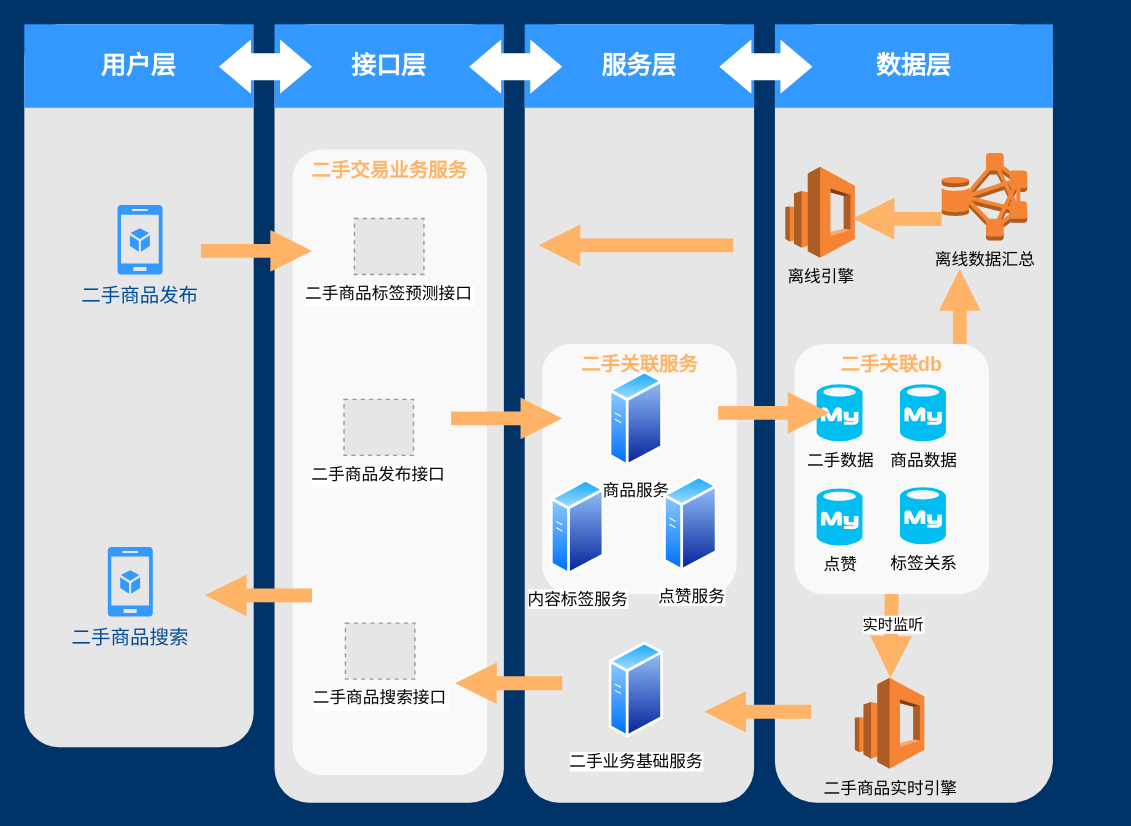
Above: recycleitemtag.drawio in killermyth/Documents (draw.io), before the change. Source tidied: cells renumbered, new cells numbered last; positions are measured from the earlier drawing's top-left corner, leaving out a move shared by most shapes. Both pictures are drawn from the tidied source at 139%, with x=0, y=0 at pixel (24, 24). Pictures stored in the file or linked from it are replaced by grey dashed boxes.
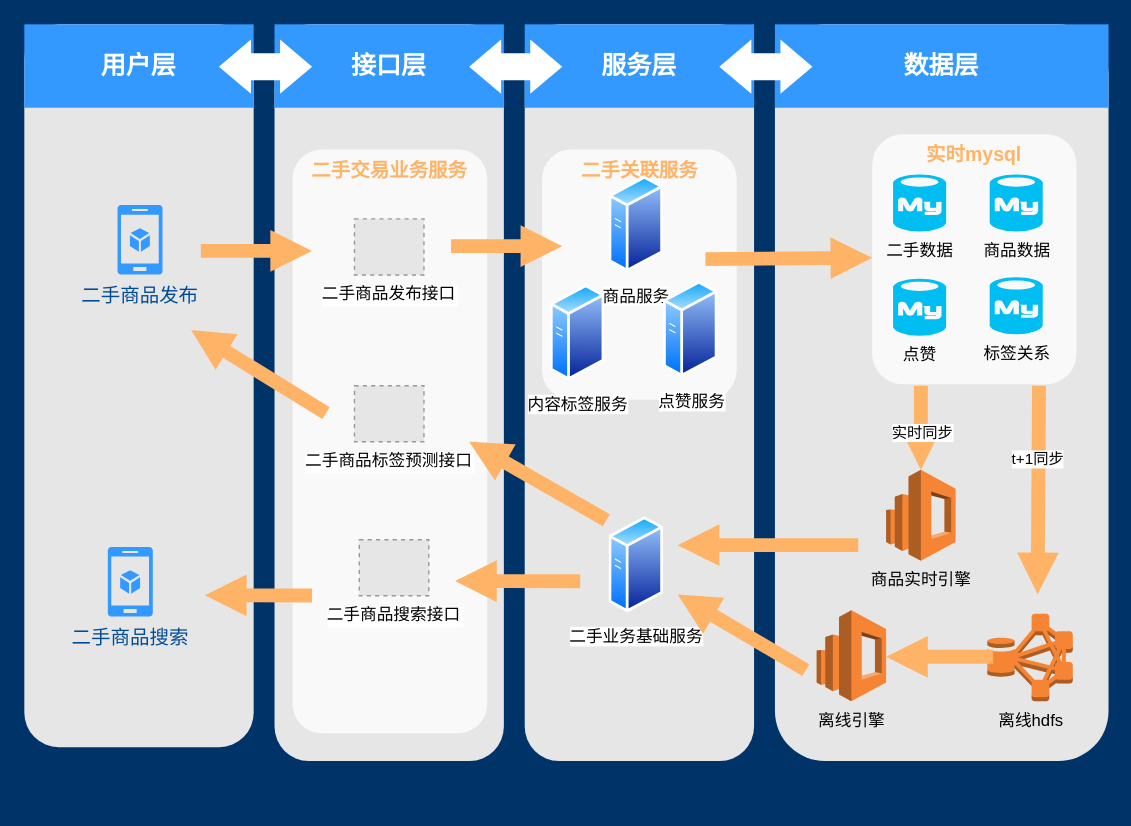
The same page after the edit.

The change refers to these unchanged cells:
```xml
<mxCell id="2" style="rounded=1;whiteSpace=wrap;html=1;dashed=1;strokeColor=none;strokeWidth=2;fillColor=#E6E6E6;fontFamily=Verdana;fontSize=12;fontColor=#00BEF2;" parent="1" vertex="1">
  <mxGeometry width="165" height="520" as="geometry" />
</mxCell>
```

What changed in the source:
```diff
@@
     <mxCell id="3" style="rounded=1;whiteSpace=wrap;html=1;dashed=1;strokeColor=none;strokeWidth=2;fillColor=#E6E6E6;fontFamily=Verdana;fontSize=12;fontColor=#00BEF2;" parent="1" vertex="1">
-      <mxGeometry x="180" width="165" height="560" as="geometry" />
+      <mxGeometry x="180" width="165" height="530" as="geometry" />
     </mxCell>
     <mxCell id="4" style="rounded=1;whiteSpace=wrap;html=1;dashed=1;strokeColor=none;strokeWidth=2;fillColor=#E6E6E6;fontFamily=Verdana;fontSize=12;fontColor=#00BEF2;" parent="1" vertex="1">
-      <mxGeometry x="360" width="165" height="560" as="geometry" />
+      <mxGeometry x="360" width="165" height="530" as="geometry" />
     </mxCell>
     <mxCell id="5" style="rounded=1;whiteSpace=wrap;html=1;dashed=1;strokeColor=none;strokeWidth=2;fillColor=#E6E6E6;fontFamily=Verdana;fontSize=12;fontColor=#00BEF2;" parent="1" vertex="1">
-      <mxGeometry x="540" width="200" height="560" as="geometry" />
+      <mxGeometry x="540" width="240" height="530" as="geometry" />
     </mxCell>
@@
     <mxCell id="9" value="数据层" style="whiteSpace=wrap;html=1;dashed=1;strokeColor=none;strokeWidth=2;fillColor=#3399FF;fontFamily=Helvetica;fontSize=18;fontColor=#FFFFFF;fontStyle=1;" parent="1" vertex="1">
-      <mxGeometry x="540" width="200" height="60" as="geometry" />
+      <mxGeometry x="540" width="240" height="60" as="geometry" />
     </mxCell>
@@
-    <mxCell id="14" value="二手关联db" style="rounded=1;whiteSpace=wrap;html=1;dashed=1;strokeColor=none;strokeWidth=2;fillColor=#FFFFFF;fontFamily=Helvetica;fontSize=14;fontColor=#FFB366;opacity=75;verticalAlign=top;fontStyle=1;" parent="1" vertex="1">
-      <mxGeometry x="554" y="230" width="140" height="180" as="geometry" />
-    </mxCell>
     <mxCell id="15" value="二手交易业务服务" style="rounded=1;whiteSpace=wrap;html=1;dashed=1;strokeColor=none;strokeWidth=2;fillColor=#FFFFFF;fontFamily=Helvetica;fontSize=14;fontColor=#FFB366;opacity=75;verticalAlign=top;fontStyle=1;" parent="1" vertex="1">
-      <mxGeometry x="193" y="90" width="140" height="450" as="geometry" />
+      <mxGeometry x="193" y="90" width="140" height="420" as="geometry" />
     </mxCell>
@@
     <mxCell id="18" value="二手商品发布接口" style="fillColor=#E6E6E6;strokeColor=#999999;dashed=1;verticalLabelPosition=bottom;labelBackgroundColor=#ffffff;verticalAlign=top;" parent="1" vertex="1">
-      <mxGeometry x="230" y="269.8" width="50" height="40.3" as="geometry" />
+      <mxGeometry x="237.5" y="140" width="50" height="40.3" as="geometry" />
     </mxCell>
     <mxCell id="19" value="二手商品搜索接口" style="fillColor=#E6E6E6;strokeColor=#999999;dashed=1;verticalLabelPosition=bottom;labelBackgroundColor=#ffffff;verticalAlign=top;" parent="1" vertex="1">
-      <mxGeometry x="231" y="430.8" width="50" height="40.3" as="geometry" />
+      <mxGeometry x="241" y="370.8" width="50" height="40.3" as="geometry" />
     </mxCell>
+    <mxCell id="24" value="商品实时引擎" style="outlineConnect=0;dashed=0;verticalLabelPosition=bottom;verticalAlign=top;align=center;html=1;shape=mxgraph.aws3.elasticsearch_service;fillColor=#F58534;gradientColor=none;" parent="1" vertex="1">
+      <mxGeometry x="620" y="320.5" width="50" height="65.5" as="geometry" />
+    </mxCell>
+    <mxCell id="27" value="二手业务基础服务" style="perimeter=ellipsePerimeter;html=1;align=center;shadow=0;dashed=0;spacingTop=3;image;image=img/lib/active_directory/generic_server.svg;" parent="1" vertex="1">
+      <mxGeometry x="420.8" y="354" width="39.2" height="70" as="geometry" />
+    </mxCell>
+    <mxCell id="28" style="arrow;html=1;endArrow=block;endFill=1;strokeColor=none;strokeWidth=4;fontFamily=Helvetica;fontSize=36;fontColor=#FFB366;fillColor=#FFB366;" parent="1" edge="1">
+      <mxGeometry relative="1" as="geometry">
+        <mxPoint x="207" y="410.9" as="sourcePoint" />
+        <mxPoint x="129.9" y="410.8" as="targetPoint" />
+      </mxGeometry>
+    </mxCell>
+    <mxCell id="29" style="arrow;html=1;endArrow=block;endFill=1;strokeColor=none;strokeWidth=4;fontFamily=Helvetica;fontSize=36;fontColor=#FFB366;fillColor=#FFB366;entryX=0.667;entryY=0.774;entryDx=0;entryDy=0;entryPerimeter=0;" parent="1" edge="1" target="4">
+      <mxGeometry relative="1" as="geometry">
+        <mxPoint x="562.2" y="464.6" as="sourcePoint" />
+      </mxGeometry>
+    </mxCell>
+    <mxCell id="30" value="离线hdfs" style="dashed=0;verticalLabelPosition=bottom;verticalAlign=top;align=center;html=1;shape=mxgraph.aws3.hdfs_cluster;fillColor=#F58534;gradientColor=none;" parent="1" vertex="1">
+      <mxGeometry x="692.8" y="424" width="61.5" height="63" as="geometry" />
+    </mxCell>
+    <mxCell id="38" value="二手商品标签预测接口" style="fillColor=#E6E6E6;strokeColor=#999999;dashed=1;verticalLabelPosition=bottom;labelBackgroundColor=#ffffff;verticalAlign=top;" parent="1" vertex="1">
+      <mxGeometry x="237.5" y="260" width="50" height="40.3" as="geometry" />
+    </mxCell>
+    <mxCell id="39" style="arrow;html=1;endArrow=block;endFill=1;strokeColor=none;strokeWidth=4;fontFamily=Helvetica;fontSize=36;fontColor=#FFB366;fillColor=#FFB366;exitX=0.242;exitY=0.756;exitDx=0;exitDy=0;exitPerimeter=0;" parent="1" edge="1" source="4">
+      <mxGeometry relative="1" as="geometry">
+        <mxPoint x="309.9" y="400.5" as="targetPoint" />
+      </mxGeometry>
+    </mxCell>
+    <mxCell id="41" value="离线引擎" style="dashed=0;verticalLabelPosition=bottom;verticalAlign=top;align=center;html=1;shape=mxgraph.aws3.elasticsearch_service;fillColor=#F58534;gradientColor=none;" parent="1" vertex="1">
+      <mxGeometry x="570" y="421.5" width="50" height="65.5" as="geometry" />
+    </mxCell>
+    <mxCell id="43" style="group;" parent="1" vertex="1">
+      <mxGeometry x="610" y="79" width="147" height="180" as="geometry" />
+    </mxCell>
+    <mxCell id="14" value="实时mysql" style="rounded=1;whiteSpace=wrap;html=1;dashed=1;strokeColor=none;strokeWidth=2;fillColor=#FFFFFF;fontFamily=Helvetica;fontSize=14;fontColor=#FFB366;opacity=75;verticalAlign=top;fontStyle=1;" parent="43" vertex="1">
+      <mxGeometry width="147" height="180" as="geometry" />
+    </mxCell>
-    <mxCell id="20" value="二手数据" style="verticalLabelPosition=bottom;html=1;verticalAlign=top;align=center;strokeColor=none;fillColor=#00BEF2;shape=mxgraph.azure.mysql_database;" parent="1" vertex="1">
-      <mxGeometry x="570" y="259" width="33" height="41" as="geometry" />
+    <mxCell id="20" value="二手数据" style="verticalLabelPosition=bottom;html=1;verticalAlign=top;align=center;strokeColor=none;fillColor=#00BEF2;shape=mxgraph.azure.mysql_database;" parent="43" vertex="1">
+      <mxGeometry x="15" y="29" width="38.2" height="41" as="geometry" />
     </mxCell>
-    <mxCell id="21" value="商品数据" style="verticalLabelPosition=bottom;html=1;verticalAlign=top;align=center;strokeColor=none;fillColor=#00BEF2;shape=mxgraph.azure.mysql_database;" parent="1" vertex="1">
-      <mxGeometry x="630" y="259" width="33" height="41" as="geometry" />
+    <mxCell id="21" value="商品数据" style="verticalLabelPosition=bottom;html=1;verticalAlign=top;align=center;strokeColor=none;fillColor=#00BEF2;shape=mxgraph.azure.mysql_database;" parent="43" vertex="1">
+      <mxGeometry x="84.5" y="29" width="38.2" height="41" as="geometry" />
     </mxCell>
-    <mxCell id="22" value="标签关系" style="verticalLabelPosition=bottom;html=1;verticalAlign=top;align=center;strokeColor=none;fillColor=#00BEF2;shape=mxgraph.azure.mysql_database;" parent="1" vertex="1">
-      <mxGeometry x="630" y="333" width="33" height="41" as="geometry" />
+    <mxCell id="22" value="标签关系" style="verticalLabelPosition=bottom;html=1;verticalAlign=top;align=center;strokeColor=none;fillColor=#00BEF2;shape=mxgraph.azure.mysql_database;" parent="43" vertex="1">
+      <mxGeometry x="84.5" y="103" width="38.2" height="41" as="geometry" />
     </mxCell>
-    <mxCell id="23" value="点赞" style="verticalLabelPosition=bottom;html=1;verticalAlign=top;align=center;strokeColor=none;fillColor=#00BEF2;shape=mxgraph.azure.mysql_database;" parent="1" vertex="1">
-      <mxGeometry x="570" y="334" width="33" height="41" as="geometry" />
+    <mxCell id="23" value="点赞" style="verticalLabelPosition=bottom;html=1;verticalAlign=top;align=center;strokeColor=none;fillColor=#00BEF2;shape=mxgraph.azure.mysql_database;" parent="43" vertex="1">
+      <mxGeometry x="15" y="104" width="38.2" height="41" as="geometry" />
     </mxCell>
-    <mxCell id="24" value="二手商品实时引擎" style="outlineConnect=0;dashed=0;verticalLabelPosition=bottom;verticalAlign=top;align=center;html=1;shape=mxgraph.aws3.elasticsearch_service;fillColor=#F58534;gradientColor=none;" parent="1" vertex="1">
-      <mxGeometry x="597.5" y="470" width="50" height="65.5" as="geometry" />
-    </mxCell>
-    <mxCell id="25" style="arrow;html=1;endArrow=block;endFill=1;strokeColor=none;strokeWidth=4;fontFamily=Helvetica;fontSize=36;fontColor=#FFB366;fillColor=#FFB366;exitX=0.5;exitY=1;exitDx=0;exitDy=0;" parent="1" edge="1" source="14" target="24">
-      <mxGeometry relative="1" as="geometry" />
-    </mxCell>
-    <mxCell id="26" value="实时监听" style="edgeLabel;html=1;align=center;verticalAlign=middle;" parent="25" vertex="1">
-      <mxGeometry x="-0.3" y="1" relative="1" as="geometry" />
-    </mxCell>
-    <mxCell id="27" value="二手业务基础服务" style="perimeter=ellipsePerimeter;html=1;align=center;shadow=0;dashed=0;spacingTop=3;image;image=img/lib/active_directory/generic_server.svg;" parent="1" vertex="1">
-      <mxGeometry x="420.8" y="444" width="39.2" height="70" as="geometry" />
-    </mxCell>
-    <mxCell id="28" style="arrow;html=1;endArrow=block;endFill=1;strokeColor=none;strokeWidth=4;fontFamily=Helvetica;fontSize=36;fontColor=#FFB366;fillColor=#FFB366;" parent="1" edge="1">
-      <mxGeometry relative="1" as="geometry">
-        <mxPoint x="207" y="410.9" as="sourcePoint" />
-        <mxPoint x="129.9" y="410.8" as="targetPoint" />
-      </mxGeometry>
-    </mxCell>
-    <mxCell id="29" style="arrow;html=1;endArrow=block;endFill=1;strokeColor=none;strokeWidth=4;fontFamily=Helvetica;fontSize=36;fontColor=#FFB366;fillColor=#FFB366;" parent="1" edge="1">
-      <mxGeometry relative="1" as="geometry">
-        <mxPoint x="566.2" y="494.6" as="sourcePoint" />
-        <mxPoint x="489.2" y="494.5" as="targetPoint" />
-      </mxGeometry>
-    </mxCell>
-    <mxCell id="30" value="离线数据汇总" style="dashed=0;verticalLabelPosition=bottom;verticalAlign=top;align=center;html=1;shape=mxgraph.aws3.hdfs_cluster;fillColor=#F58534;gradientColor=none;" parent="1" vertex="1">
-      <mxGeometry x="660" y="92.5" width="61.5" height="63" as="geometry" />
-    </mxCell>
-    <mxCell id="31" style="arrow;html=1;endArrow=block;endFill=1;strokeColor=none;strokeWidth=4;fontFamily=Helvetica;fontSize=36;fontColor=#FFB366;fillColor=#FFB366;" parent="1" edge="1">
-      <mxGeometry relative="1" as="geometry">
-        <mxPoint x="673" y="230" as="sourcePoint" />
-        <mxPoint x="673" y="176" as="targetPoint" />
-      </mxGeometry>
-    </mxCell>
+    <mxCell id="44" style="group;" parent="1" vertex="1">
+      <mxGeometry x="372.5" y="90" width="140" height="180" as="geometry" />
+    </mxCell>
-    <mxCell id="32" value="二手关联服务" style="rounded=1;whiteSpace=wrap;html=1;dashed=1;strokeColor=none;strokeWidth=2;fillColor=#FFFFFF;fontFamily=Helvetica;fontSize=14;fontColor=#FFB366;opacity=75;verticalAlign=top;fontStyle=1;" parent="1" vertex="1">
-      <mxGeometry x="372.5" y="230" width="140" height="180" as="geometry" />
+    <mxCell id="32" value="二手关联服务" style="rounded=1;whiteSpace=wrap;html=1;dashed=1;strokeColor=none;strokeWidth=2;fillColor=#FFFFFF;fontFamily=Helvetica;fontSize=14;fontColor=#FFB366;opacity=75;verticalAlign=top;fontStyle=1;" parent="44" vertex="1">
+      <mxGeometry width="140" height="180" as="geometry" />
     </mxCell>
-    <mxCell id="33" style="arrow;html=1;endArrow=block;endFill=1;strokeColor=none;strokeWidth=4;fontFamily=Helvetica;fontSize=36;fontColor=#FFB366;fillColor=#FFB366;" parent="1" edge="1">
-      <mxGeometry relative="1" as="geometry">
-        <mxPoint x="499.2" y="279.5" as="sourcePoint" />
-        <mxPoint x="579.2" y="279.5" as="targetPoint" />
-      </mxGeometry>
-    </mxCell>
-    <mxCell id="34" value="内容标签服务" style="perimeter=ellipsePerimeter;html=1;align=center;shadow=0;dashed=0;spacingTop=3;image;image=img/lib/active_directory/generic_server.svg;" parent="1" vertex="1">
-      <mxGeometry x="378.6" y="327" width="39.2" height="70" as="geometry" />
+    <mxCell id="34" value="内容标签服务" style="perimeter=ellipsePerimeter;html=1;align=center;shadow=0;dashed=0;spacingTop=3;image;image=img/lib/active_directory/generic_server.svg;" parent="44" vertex="1">
+      <mxGeometry x="6.1" y="97" width="39.2" height="70" as="geometry" />
     </mxCell>
-    <mxCell id="35" value="商品服务" style="perimeter=ellipsePerimeter;html=1;align=center;shadow=0;dashed=0;spacingTop=3;image;image=img/lib/active_directory/generic_server.svg;" parent="1" vertex="1">
-      <mxGeometry x="420.8" y="249" width="39.2" height="70" as="geometry" />
+    <mxCell id="35" value="商品服务" style="perimeter=ellipsePerimeter;html=1;align=center;shadow=0;dashed=0;spacingTop=3;image;image=img/lib/active_directory/generic_server.svg;" parent="44" vertex="1">
+      <mxGeometry x="48.3" y="19" width="39.2" height="70" as="geometry" />
     </mxCell>
-    <mxCell id="36" value="点赞服务" style="perimeter=ellipsePerimeter;html=1;align=center;shadow=0;dashed=0;spacingTop=3;image;image=img/lib/active_directory/generic_server.svg;" parent="1" vertex="1">
-      <mxGeometry x="460" y="324.5" width="39.2" height="70" as="geometry" />
+    <mxCell id="36" value="点赞服务" style="perimeter=ellipsePerimeter;html=1;align=center;shadow=0;dashed=0;spacingTop=3;image;image=img/lib/active_directory/generic_server.svg;" parent="44" vertex="1">
+      <mxGeometry x="87.5" y="94.5" width="39.2" height="70" as="geometry" />
     </mxCell>
-    <mxCell id="37" style="arrow;html=1;endArrow=block;endFill=1;strokeColor=none;strokeWidth=4;fontFamily=Helvetica;fontSize=36;fontColor=#FFB366;fillColor=#FFB366;opacity=100;" parent="1" edge="1">
-      <mxGeometry relative="1" as="geometry">
-        <mxPoint x="307" y="283.5" as="sourcePoint" />
-        <mxPoint x="387" y="283.5" as="targetPoint" />
-      </mxGeometry>
-    </mxCell>
-    <mxCell id="38" value="二手商品标签预测接口" style="fillColor=#E6E6E6;strokeColor=#999999;dashed=1;verticalLabelPosition=bottom;labelBackgroundColor=#ffffff;verticalAlign=top;" parent="1" vertex="1">
-      <mxGeometry x="237.5" y="139.7" width="50" height="40.3" as="geometry" />
-    </mxCell>
-    <mxCell id="39" style="arrow;html=1;endArrow=block;endFill=1;strokeColor=none;strokeWidth=4;fontFamily=Helvetica;fontSize=36;fontColor=#FFB366;fillColor=#FFB366;" parent="1" edge="1">
-      <mxGeometry relative="1" as="geometry">
-        <mxPoint x="387" y="474.1" as="sourcePoint" />
-        <mxPoint x="309.9" y="474" as="targetPoint" />
-      </mxGeometry>
-    </mxCell>
-    <mxCell id="40" style="arrow;html=1;endArrow=block;endFill=1;strokeColor=none;strokeWidth=4;fontFamily=Helvetica;fontSize=36;fontColor=#FFB366;fillColor=#FFB366;" parent="1" edge="1">
-      <mxGeometry relative="1" as="geometry">
-        <mxPoint x="510" y="159" as="sourcePoint" />
-        <mxPoint x="370" y="159" as="targetPoint" />
-      </mxGeometry>
-    </mxCell>
-    <mxCell id="41" value="离线引擎" style="dashed=0;verticalLabelPosition=bottom;verticalAlign=top;align=center;html=1;shape=mxgraph.aws3.elasticsearch_service;fillColor=#F58534;gradientColor=none;" parent="1" vertex="1">
-      <mxGeometry x="547.5" y="102.5" width="50" height="65.5" as="geometry" />
-    </mxCell>
-    <mxCell id="42" style="arrow;html=1;endArrow=block;endFill=1;strokeColor=none;strokeWidth=4;fontFamily=Helvetica;fontSize=36;fontColor=#FFB366;fillColor=#FFB366;" parent="1" edge="1">
-      <mxGeometry relative="1" as="geometry">
-        <mxPoint x="660" y="140" as="sourcePoint" />
-        <mxPoint x="595.9" y="139.7" as="targetPoint" />
-      </mxGeometry>
-    </mxCell>
+    <mxCell id="45" style="arrow;html=1;endArrow=block;endFill=1;strokeColor=none;strokeWidth=4;fontFamily=Helvetica;fontSize=36;fontColor=#FFB366;fillColor=#FFB366;" parent="1" edge="1">
+      <mxGeometry relative="1" as="geometry">
+        <mxPoint x="490" y="168.9" as="sourcePoint" />
+        <mxPoint x="610" y="168" as="targetPoint" />
+      </mxGeometry>
+    </mxCell>
+    <mxCell id="46" style="arrow;html=1;endArrow=block;endFill=1;strokeColor=none;strokeWidth=4;fontFamily=Helvetica;fontSize=36;fontColor=#FFB366;fillColor=#FFB366;" parent="1" edge="1">
+      <mxGeometry relative="1" as="geometry">
+        <mxPoint x="730" y="260" as="sourcePoint" />
+        <mxPoint x="729" y="410" as="targetPoint" />
+      </mxGeometry>
+    </mxCell>
+    <mxCell id="47" value="t+1同步" style="edgeLabel;html=1;align=center;verticalAlign=middle;" parent="46" vertex="1">
+      <mxGeometry x="-0.29" y="-1" relative="1" as="geometry" />
+    </mxCell>
+    <mxCell id="48" style="arrow;html=1;endArrow=block;endFill=1;strokeColor=none;strokeWidth=4;fontFamily=Helvetica;fontSize=36;fontColor=#FFB366;fillColor=#FFB366;" parent="1" edge="1">
+      <mxGeometry relative="1" as="geometry">
+        <mxPoint x="697" y="455" as="sourcePoint" />
+        <mxPoint x="620" y="455" as="targetPoint" />
+      </mxGeometry>
+    </mxCell>
+    <mxCell id="49" style="arrow;html=1;endArrow=block;endFill=1;strokeColor=none;strokeWidth=4;fontFamily=Helvetica;fontSize=36;fontColor=#FFB366;fillColor=#FFB366;entryX=0.5;entryY=0;entryDx=0;entryDy=0;entryPerimeter=0;" parent="1" edge="1" target="24">
+      <mxGeometry relative="1" as="geometry">
+        <mxPoint x="645" y="260" as="sourcePoint" />
+      </mxGeometry>
+    </mxCell>
+    <mxCell id="50" value="实时同步" style="edgeLabel;html=1;align=center;verticalAlign=middle;" parent="49" vertex="1">
+      <mxGeometry x="0.08" relative="1" as="geometry" />
+    </mxCell>
+    <mxCell id="51" style="arrow;html=1;endArrow=block;endFill=1;strokeColor=none;strokeWidth=4;fontFamily=Helvetica;fontSize=36;fontColor=#FFB366;fillColor=#FFB366;exitX=0.25;exitY=0.707;exitDx=0;exitDy=0;exitPerimeter=0;entryX=0.667;entryY=0.707;entryDx=0;entryDy=0;entryPerimeter=0;" parent="1" edge="1" source="5" target="4">
+      <mxGeometry relative="1" as="geometry" />
+    </mxCell>
+    <mxCell id="52" style="arrow;html=1;endArrow=block;endFill=1;strokeColor=none;strokeWidth=4;fontFamily=Helvetica;fontSize=36;fontColor=#FFB366;fillColor=#FFB366;exitX=-0.053;exitY=0.039;exitDx=0;exitDy=0;exitPerimeter=0;" parent="1" edge="1" source="27">
+      <mxGeometry relative="1" as="geometry">
+        <mxPoint x="320" y="300.3" as="targetPoint" />
+      </mxGeometry>
+    </mxCell>
+    <mxCell id="53" style="arrow;html=1;endArrow=block;endFill=1;strokeColor=none;strokeWidth=4;fontFamily=Helvetica;fontSize=36;fontColor=#FFB366;fillColor=#FFB366;" parent="1" edge="1">
+      <mxGeometry relative="1" as="geometry">
+        <mxPoint x="307" y="159.6" as="sourcePoint" />
+        <mxPoint x="387" y="159.6" as="targetPoint" />
+      </mxGeometry>
+    </mxCell>
+    <mxCell id="54" style="arrow;html=1;endArrow=block;endFill=1;strokeColor=none;strokeWidth=4;fontFamily=Helvetica;fontSize=36;fontColor=#FFB366;fillColor=#FFB366;entryX=0.727;entryY=0.423;entryDx=0;entryDy=0;entryPerimeter=0;" parent="1" edge="1" target="2">
+      <mxGeometry relative="1" as="geometry">
+        <mxPoint x="217.1" y="279.7" as="sourcePoint" />
+      </mxGeometry>
+    </mxCell>
```
